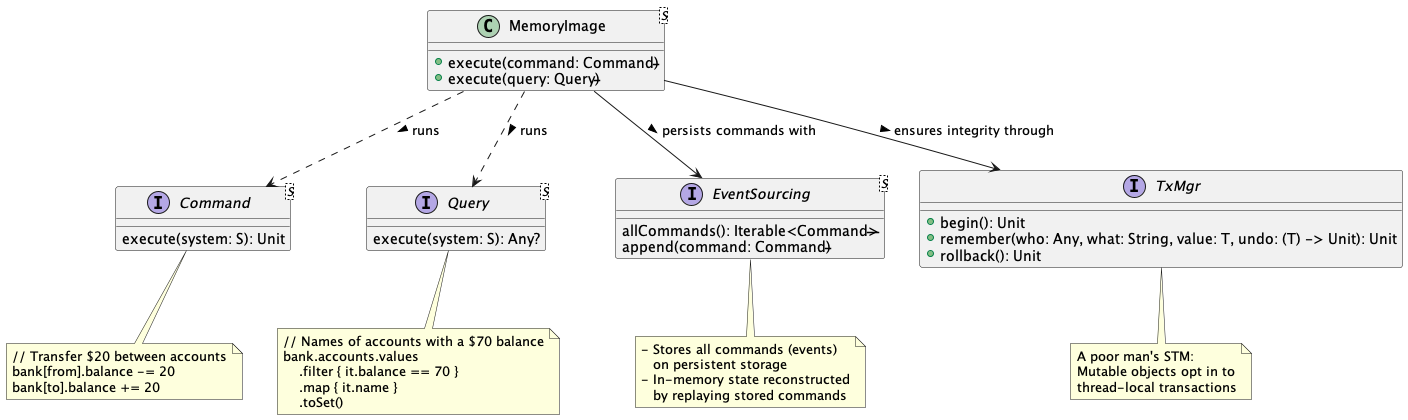
This is kmemimg.png from xrrocha/kmemimg, a PlantUML export, as it was before one commit. Its diagram source:
```plantuml
@startuml

together {
    interface Command<S> {
        execute(system: S): Unit
    }
    note bottom of Command
        // Transfer $20 between accounts
        bank[from].balance -= 20
        bank[to].balance += 20
    end note

    interface Query<S> {
        execute(system: S): Any?
    }
    note bottom of Query
        // Names of accounts with a $70 balance
        bank.accounts.values
            .filter { it.balance == 70 }
            .map { it.name }
            .toSet()
    end note
}

together {
    interface EventSourcing<S> {
        allCommands(): Iterable<Command<S>>
        append(command: Command<S>)
    }
    note bottom of EventSourcing
        - Stores all commands (events)
           on persistent storage
        - In-memory state reconstructed
           by replaying stored commands
    end note
    interface TxMgr {
        + begin(): Unit
        + remember(who: Any, what: String, value: T, undo: (T) -> Unit): Unit
        + rollback(): Unit
    }
    note bottom of TxMgr
        A poor man's STM:
        Mutable objects opt in to
        thread-local transactions
    end note
}

class MemoryImage<S> {
    + execute(command: Command<S>)
    + execute(query: Query<S>)
}
MemoryImage ..> Command: runs >
MemoryImage ..> Query: runs >
MemoryImage --> EventSourcing: persists commands with >
MemoryImage --> TxMgr: ensures integrity through >

@enduml
```
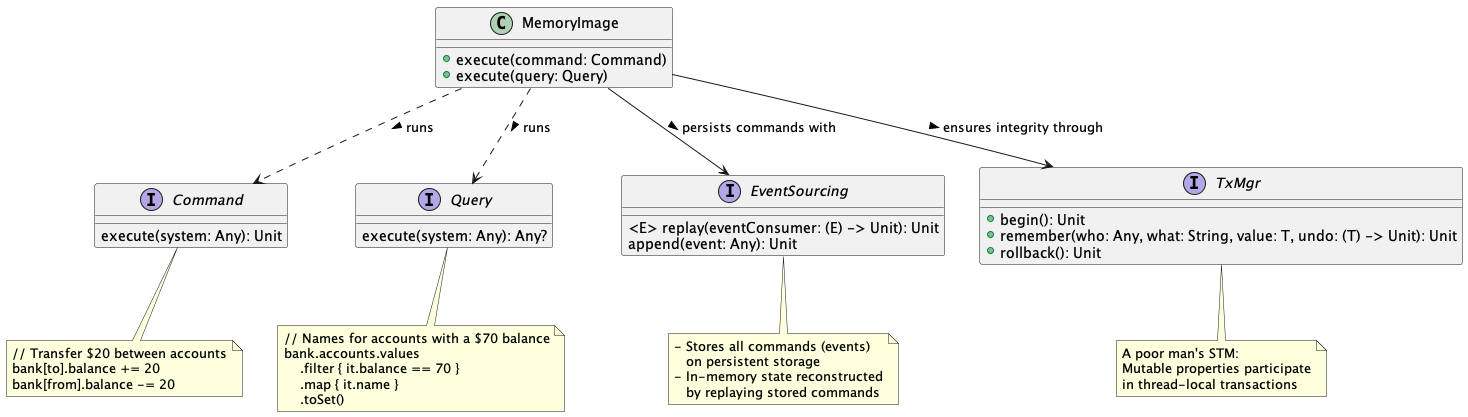
After the commit.

Commit message:
Updated UML class diagram

The edit, as a diff of the source:
```diff
@@ -1,20 +1,20 @@
 @startuml
 
 together {
-    interface Command<S> {
-        execute(system: S): Unit
+    interface Command {
+        execute(system: Any): Unit
     }
     note bottom of Command
         // Transfer $20 between accounts
+        bank[to].balance += 20
         bank[from].balance -= 20
-        bank[to].balance += 20
     end note
 
-    interface Query<S> {
-        execute(system: S): Any?
+    interface Query {
+        execute(system: Any): Any?
     }
     note bottom of Query
-        // Names of accounts with a $70 balance
+        // Names for accounts with a $70 balance
         bank.accounts.values
             .filter { it.balance == 70 }
             .map { it.name }
@@ -23,9 +23,9 @@
 }
 
 together {
-    interface EventSourcing<S> {
-        allCommands(): Iterable<Command<S>>
-        append(command: Command<S>)
+    interface EventSourcing {
+        <E> replay(eventConsumer: (E) -> Unit): Unit
+        append(event: Any): Unit
     }
     note bottom of EventSourcing
         - Stores all commands (events)
@@ -40,14 +40,14 @@
     }
     note bottom of TxMgr
         A poor man's STM:
-        Mutable objects opt in to
-        thread-local transactions
+        Mutable properties participate
+        in thread-local transactions
     end note
 }
 
-class MemoryImage<S> {
-    + execute(command: Command<S>)
-    + execute(query: Query<S>)
+class MemoryImage {
+    + execute(command: Command)
+    + execute(query: Query)
 }
 MemoryImage ..> Command: runs >
 MemoryImage ..> Query: runs >
```
